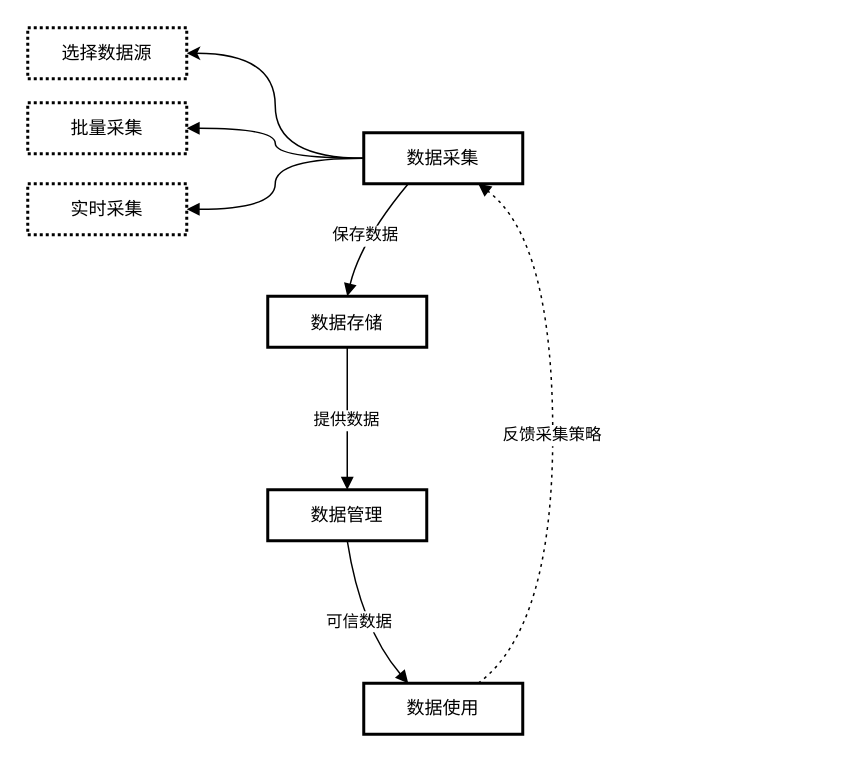
The draw.io diagram 未命名绘图.drawio in freeman520/testProj, before the edit. Source tidied: cells renumbered, new cells numbered last; positions are measured from the earlier drawing's top-left corner, leaving out a move shared by most shapes. Both pictures are drawn from the tidied source at 150%, with x=0, y=0 at pixel (27, 27).
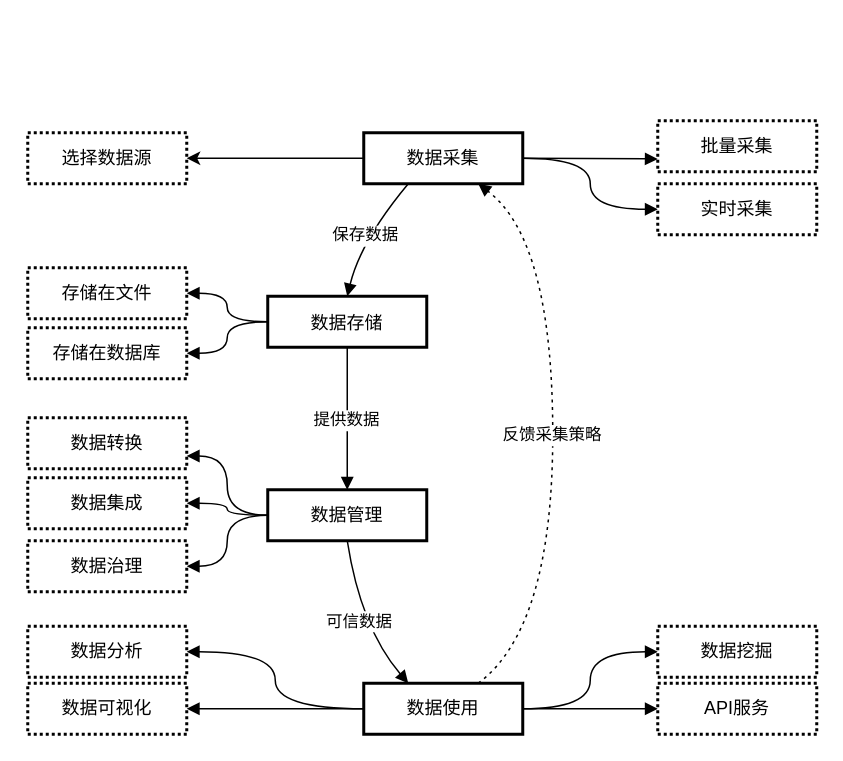
After the change.

Commit message:
更新未命名绘图.drawio

Unchanged cells that the change refers to:
```xml
<mxCell id="5" value="数据采集" style="whiteSpace=wrap;strokeWidth=2;direction=east;" parent="1" vertex="1">
  <mxGeometry x="224" y="70" width="106" height="34" as="geometry" />
</mxCell>
<mxCell id="6" value="数据存储" style="rounded=0;arcSize=20;strokeWidth=2;direction=east;" parent="1" vertex="1">
  <mxGeometry x="160" y="179" width="106" height="34" as="geometry" />
</mxCell>
<mxCell id="7" value="数据管理" style="whiteSpace=wrap;strokeWidth=2;direction=east;" parent="1" vertex="1">
  <mxGeometry x="160" y="308" width="106" height="34" as="geometry" />
</mxCell>
<mxCell id="8" value="数据使用" style="whiteSpace=wrap;strokeWidth=2;direction=east;" parent="1" vertex="1">
  <mxGeometry x="224" y="437" width="106" height="34" as="geometry" />
</mxCell>
```

The edit, as a diff of the source:
```diff
@@
-    <mxCell id="3" style="edgeStyle=orthogonalEdgeStyle;shape=connector;curved=1;rounded=0;jettySize=auto;html=1;entryX=1;entryY=0.5;entryDx=0;entryDy=0;strokeColor=default;align=center;verticalAlign=middle;fontFamily=Helvetica;fontSize=11;fontColor=default;labelBackgroundColor=default;startArrow=none;endArrow=block;" parent="1" edge="1" source="5" target="14">
+    <mxCell id="3" style="edgeStyle=orthogonalEdgeStyle;shape=connector;curved=1;rounded=0;jettySize=auto;html=1;entryX=0;entryY=0.75;entryDx=0;entryDy=0;strokeColor=default;align=center;verticalAlign=middle;fontFamily=Helvetica;fontSize=11;fontColor=default;labelBackgroundColor=default;startArrow=none;endArrow=block;" parent="1" edge="1" source="5" target="14">
       <mxGeometry relative="1" as="geometry" />
     </mxCell>
-    <mxCell id="4" style="edgeStyle=orthogonalEdgeStyle;shape=connector;curved=1;rounded=0;jettySize=auto;html=1;strokeColor=default;align=center;verticalAlign=middle;fontFamily=Helvetica;fontSize=11;fontColor=default;labelBackgroundColor=default;startArrow=none;endArrow=block;" parent="1" edge="1" source="5" target="15">
+    <mxCell id="4" style="edgeStyle=orthogonalEdgeStyle;shape=connector;curved=1;rounded=0;jettySize=auto;html=1;entryX=0;entryY=0.5;entryDx=0;entryDy=0;strokeColor=default;align=center;verticalAlign=middle;fontFamily=Helvetica;fontSize=11;fontColor=default;labelBackgroundColor=default;startArrow=none;endArrow=block;" parent="1" edge="1" source="5" target="15">
       <mxGeometry relative="1" as="geometry" />
     </mxCell>
@@
+    <mxCell id="16" style="edgeStyle=orthogonalEdgeStyle;shape=connector;curved=1;rounded=0;jettySize=auto;html=1;entryX=1;entryY=0.5;entryDx=0;entryDy=0;strokeColor=default;align=center;verticalAlign=middle;fontFamily=Helvetica;fontSize=11;fontColor=default;labelBackgroundColor=default;startArrow=none;endArrow=block;" parent="1" edge="1" source="6" target="25">
+      <mxGeometry relative="1" as="geometry" />
+    </mxCell>
+    <mxCell id="17" style="edgeStyle=orthogonalEdgeStyle;shape=connector;curved=1;rounded=0;jettySize=auto;html=1;entryX=1;entryY=0.5;entryDx=0;entryDy=0;strokeColor=default;align=center;verticalAlign=middle;fontFamily=Helvetica;fontSize=11;fontColor=default;labelBackgroundColor=default;startArrow=none;endArrow=block;" parent="1" edge="1" source="6" target="26">
+      <mxGeometry relative="1" as="geometry" />
+    </mxCell>
@@
+    <mxCell id="18" style="edgeStyle=orthogonalEdgeStyle;shape=connector;curved=1;rounded=0;jettySize=auto;html=1;entryX=1;entryY=0.75;entryDx=0;entryDy=0;strokeColor=default;align=center;verticalAlign=middle;fontFamily=Helvetica;fontSize=11;fontColor=default;labelBackgroundColor=default;startArrow=none;endArrow=block;" parent="1" edge="1" source="7" target="27">
+      <mxGeometry relative="1" as="geometry" />
+    </mxCell>
+    <mxCell id="19" style="edgeStyle=orthogonalEdgeStyle;shape=connector;curved=1;rounded=0;jettySize=auto;html=1;entryX=1;entryY=0.5;entryDx=0;entryDy=0;strokeColor=default;align=center;verticalAlign=middle;fontFamily=Helvetica;fontSize=11;fontColor=default;labelBackgroundColor=default;startArrow=none;endArrow=block;" parent="1" edge="1" source="7" target="28">
+      <mxGeometry relative="1" as="geometry" />
+    </mxCell>
+    <mxCell id="20" style="edgeStyle=orthogonalEdgeStyle;shape=connector;curved=1;rounded=0;jettySize=auto;html=1;entryX=1;entryY=0.5;entryDx=0;entryDy=0;strokeColor=default;align=center;verticalAlign=middle;fontFamily=Helvetica;fontSize=11;fontColor=default;labelBackgroundColor=default;startArrow=none;endArrow=block;" parent="1" edge="1" source="7" target="29">
+      <mxGeometry relative="1" as="geometry" />
+    </mxCell>
@@
+    <mxCell id="21" style="edgeStyle=orthogonalEdgeStyle;shape=connector;curved=1;rounded=0;jettySize=auto;html=1;entryX=1;entryY=0.5;entryDx=0;entryDy=0;strokeColor=default;align=center;verticalAlign=middle;fontFamily=Helvetica;fontSize=11;fontColor=default;labelBackgroundColor=default;startArrow=none;endArrow=block;" parent="1" edge="1" source="8" target="30">
+      <mxGeometry relative="1" as="geometry" />
+    </mxCell>
+    <mxCell id="22" style="edgeStyle=orthogonalEdgeStyle;shape=connector;curved=1;rounded=0;jettySize=auto;html=1;entryX=1;entryY=0.5;entryDx=0;entryDy=0;strokeColor=default;align=center;verticalAlign=middle;fontFamily=Helvetica;fontSize=11;fontColor=default;labelBackgroundColor=default;startArrow=none;endArrow=block;" parent="1" edge="1" source="8" target="33">
+      <mxGeometry relative="1" as="geometry" />
+    </mxCell>
+    <mxCell id="23" style="edgeStyle=orthogonalEdgeStyle;shape=connector;curved=1;rounded=0;jettySize=auto;html=1;entryX=0;entryY=0.5;entryDx=0;entryDy=0;strokeColor=default;align=center;verticalAlign=middle;fontFamily=Helvetica;fontSize=11;fontColor=default;labelBackgroundColor=default;startArrow=none;endArrow=block;" parent="1" edge="1" source="8" target="32">
+      <mxGeometry relative="1" as="geometry" />
+    </mxCell>
+    <mxCell id="24" style="edgeStyle=orthogonalEdgeStyle;shape=connector;curved=1;rounded=0;jettySize=auto;html=1;strokeColor=default;align=center;verticalAlign=middle;fontFamily=Helvetica;fontSize=11;fontColor=default;labelBackgroundColor=default;startArrow=none;endArrow=block;" parent="1" edge="1" source="8" target="31">
+      <mxGeometry relative="1" as="geometry" />
+    </mxCell>
@@
     <mxCell id="13" value="选择数据源" style="whiteSpace=wrap;html=1;strokeWidth=2;strokeColor=default;align=center;verticalAlign=middle;fontFamily=Helvetica;fontSize=12;fontColor=default;fillColor=default;flipV=1;flipH=1;dashed=1;dashPattern=1 1;" parent="1" vertex="1">
-      <mxGeometry width="106" height="34" as="geometry" />
+      <mxGeometry y="70" width="106" height="34" as="geometry" />
     </mxCell>
     <mxCell id="14" value="批量采集" style="whiteSpace=wrap;html=1;strokeWidth=2;strokeColor=default;align=center;verticalAlign=middle;fontFamily=Helvetica;fontSize=12;fontColor=default;fillColor=default;flipV=1;flipH=1;dashed=1;dashPattern=1 1;" parent="1" vertex="1">
-      <mxGeometry y="50" width="106" height="34" as="geometry" />
+      <mxGeometry x="420" y="62" width="106" height="34" as="geometry" />
     </mxCell>
     <mxCell id="15" value="实时采集" style="whiteSpace=wrap;html=1;strokeWidth=2;strokeColor=default;align=center;verticalAlign=middle;fontFamily=Helvetica;fontSize=12;fontColor=default;fillColor=default;flipV=1;flipH=1;dashed=1;dashPattern=1 1;" parent="1" vertex="1">
-      <mxGeometry y="104" width="106" height="34" as="geometry" />
+      <mxGeometry x="420" y="104" width="106" height="34" as="geometry" />
     </mxCell>
+    <mxCell id="25" value="存储在文件" style="whiteSpace=wrap;html=1;strokeWidth=2;strokeColor=default;align=center;verticalAlign=middle;fontFamily=Helvetica;fontSize=12;fontColor=default;fillColor=default;flipV=1;flipH=1;dashed=1;dashPattern=1 1;" parent="1" vertex="1">
+      <mxGeometry y="160" width="106" height="34" as="geometry" />
+    </mxCell>
+    <mxCell id="26" value="存储在数据库" style="whiteSpace=wrap;html=1;strokeWidth=2;strokeColor=default;align=center;verticalAlign=middle;fontFamily=Helvetica;fontSize=12;fontColor=default;fillColor=default;flipV=1;flipH=1;dashed=1;dashPattern=1 1;" parent="1" vertex="1">
+      <mxGeometry y="200" width="106" height="34" as="geometry" />
+    </mxCell>
+    <mxCell id="27" value="数据转换" style="whiteSpace=wrap;html=1;strokeWidth=2;strokeColor=default;align=center;verticalAlign=middle;fontFamily=Helvetica;fontSize=12;fontColor=default;fillColor=default;flipV=1;flipH=1;dashed=1;dashPattern=1 1;" parent="1" vertex="1">
+      <mxGeometry y="260" width="106" height="34" as="geometry" />
+    </mxCell>
+    <mxCell id="28" value="数据集成" style="whiteSpace=wrap;html=1;strokeWidth=2;strokeColor=default;align=center;verticalAlign=middle;fontFamily=Helvetica;fontSize=12;fontColor=default;fillColor=default;flipV=1;flipH=1;dashed=1;dashPattern=1 1;" parent="1" vertex="1">
+      <mxGeometry y="300" width="106" height="34" as="geometry" />
+    </mxCell>
+    <mxCell id="29" value="数据治理" style="whiteSpace=wrap;html=1;strokeWidth=2;strokeColor=default;align=center;verticalAlign=middle;fontFamily=Helvetica;fontSize=12;fontColor=default;fillColor=default;flipV=1;flipH=1;dashed=1;dashPattern=1 1;" parent="1" vertex="1">
+      <mxGeometry y="342" width="106" height="34" as="geometry" />
+    </mxCell>
+    <mxCell id="30" value="数据分析" style="whiteSpace=wrap;html=1;strokeWidth=2;strokeColor=default;align=center;verticalAlign=middle;fontFamily=Helvetica;fontSize=12;fontColor=default;fillColor=default;flipV=1;flipH=1;dashed=1;dashPattern=1 1;" parent="1" vertex="1">
+      <mxGeometry y="399" width="106" height="34" as="geometry" />
+    </mxCell>
+    <mxCell id="31" value="API服务" style="whiteSpace=wrap;html=1;strokeWidth=2;strokeColor=default;align=center;verticalAlign=middle;fontFamily=Helvetica;fontSize=12;fontColor=default;fillColor=default;flipV=1;flipH=1;dashed=1;dashPattern=1 1;" parent="1" vertex="1">
+      <mxGeometry x="420" y="437" width="106" height="34" as="geometry" />
+    </mxCell>
+    <mxCell id="32" value="数据挖掘" style="whiteSpace=wrap;html=1;strokeWidth=2;strokeColor=default;align=center;verticalAlign=middle;fontFamily=Helvetica;fontSize=12;fontColor=default;fillColor=default;flipV=1;flipH=1;dashed=1;dashPattern=1 1;" parent="1" vertex="1">
+      <mxGeometry x="420" y="399" width="106" height="34" as="geometry" />
+    </mxCell>
+    <mxCell id="33" value="数据可视化" style="whiteSpace=wrap;html=1;strokeWidth=2;strokeColor=default;align=center;verticalAlign=middle;fontFamily=Helvetica;fontSize=12;fontColor=default;fillColor=default;flipV=1;flipH=1;dashed=1;dashPattern=1 1;" parent="1" vertex="1">
+      <mxGeometry y="437" width="106" height="34" as="geometry" />
+    </mxCell>
```
